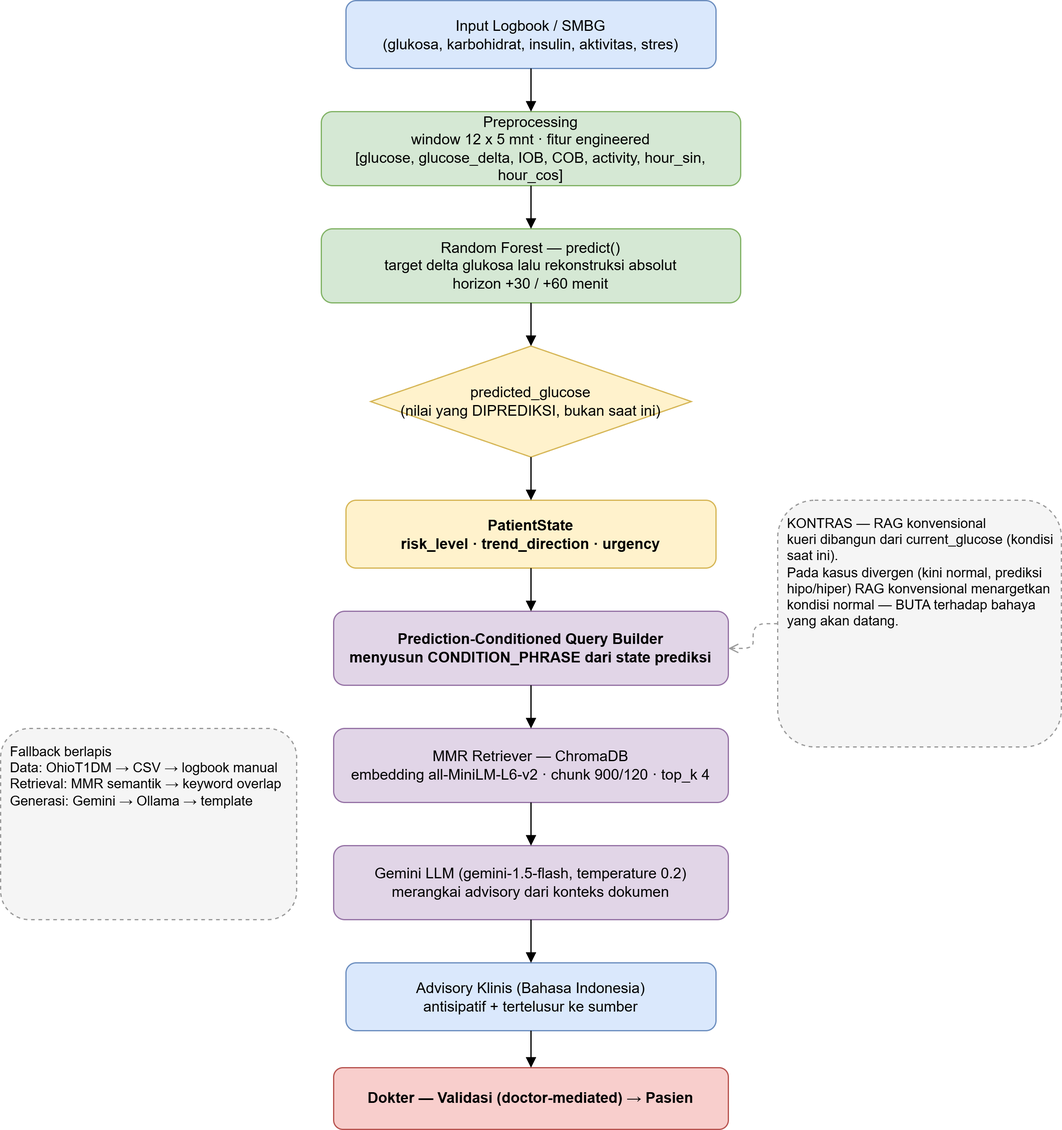
This is docs/laporan_TA/TA-STI-template-1.0/images/Gambar_IV3_PipelinePCRAG.png from jackund25/final-bachelor-project, a draw.io export, as it was before one commit. Source tidied: cells renumbered, new cells last; positions are measured from the earlier drawing's top-left corner, leaving out a move shared by most shapes.
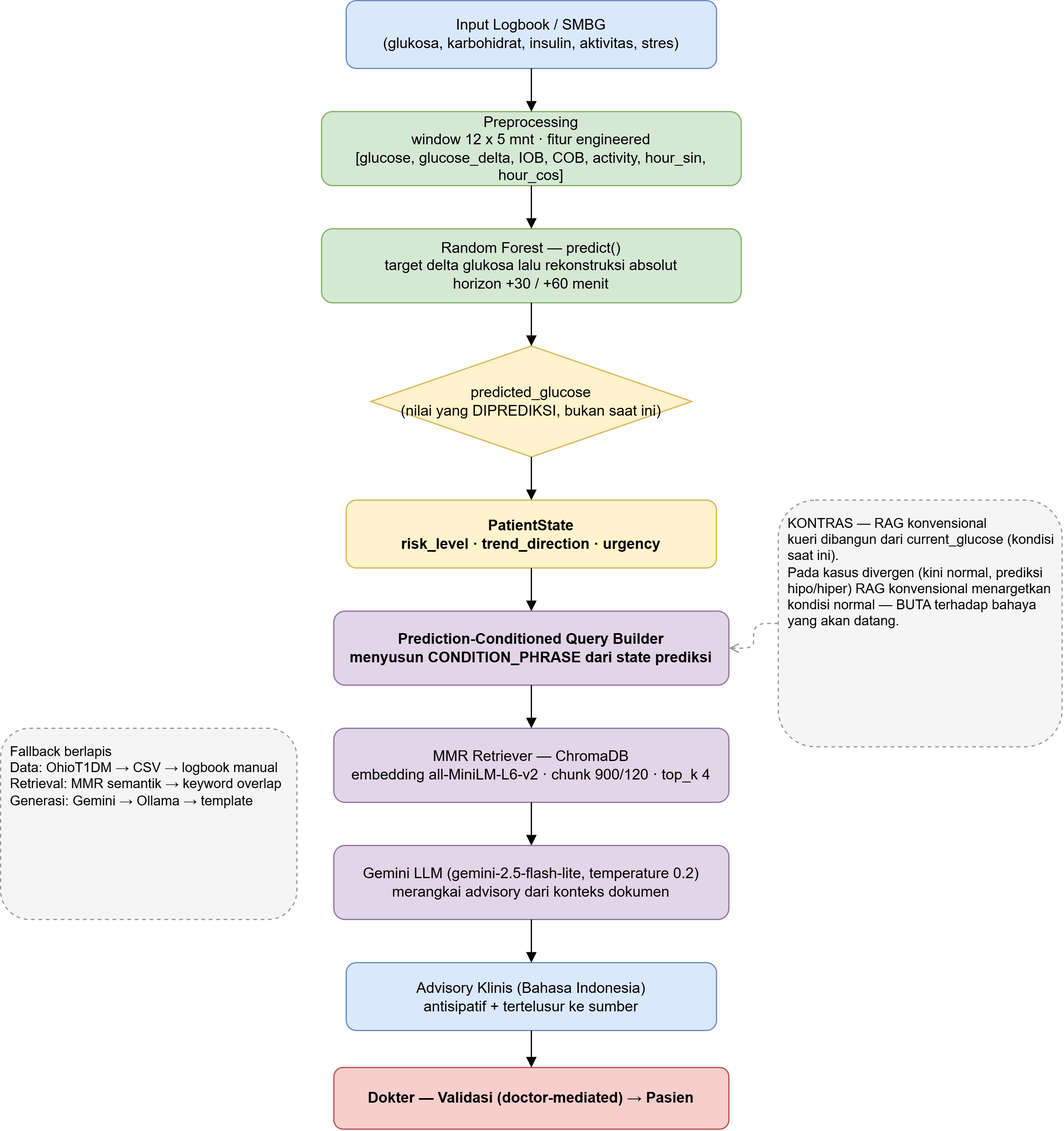
Above is the later version.

Change to the diagram source:
```diff
@@ -23,7 +23,7 @@
     <mxCell id="8" value="MMR Retriever — ChromaDB&#10;embedding all-MiniLM-L6-v2  ·  chunk 900/120  ·  top_k 4" style="rounded=1;whiteSpace=wrap;html=1;fillColor=#e1d5e7;strokeColor=#9673a6;verticalAlign=middle;" parent="1" vertex="1">
       <mxGeometry x="270" y="590" width="320" height="60" as="geometry" />
     </mxCell>
-    <mxCell id="9" value="Gemini LLM (gemini-1.5-flash, temperature 0.2)&#10;merangkai advisory dari konteks dokumen" style="rounded=1;whiteSpace=wrap;html=1;fillColor=#e1d5e7;strokeColor=#9673a6;verticalAlign=middle;" parent="1" vertex="1">
+    <mxCell id="9" value="Gemini LLM (gemini-2.5-flash-lite, temperature 0.2)&lt;br&gt;merangkai advisory dari konteks dokumen" style="rounded=1;whiteSpace=wrap;html=1;fillColor=#e1d5e7;strokeColor=#9673a6;verticalAlign=middle;" parent="1" vertex="1">
       <mxGeometry x="270" y="685" width="320" height="60" as="geometry" />
     </mxCell>
     <mxCell id="10" value="Advisory Klinis (Bahasa Indonesia)&#10;antisipatif + tertelusur ke sumber" style="rounded=1;whiteSpace=wrap;html=1;fillColor=#dae8fc;strokeColor=#6c8ebf;verticalAlign=middle;" parent="1" vertex="1">
```
